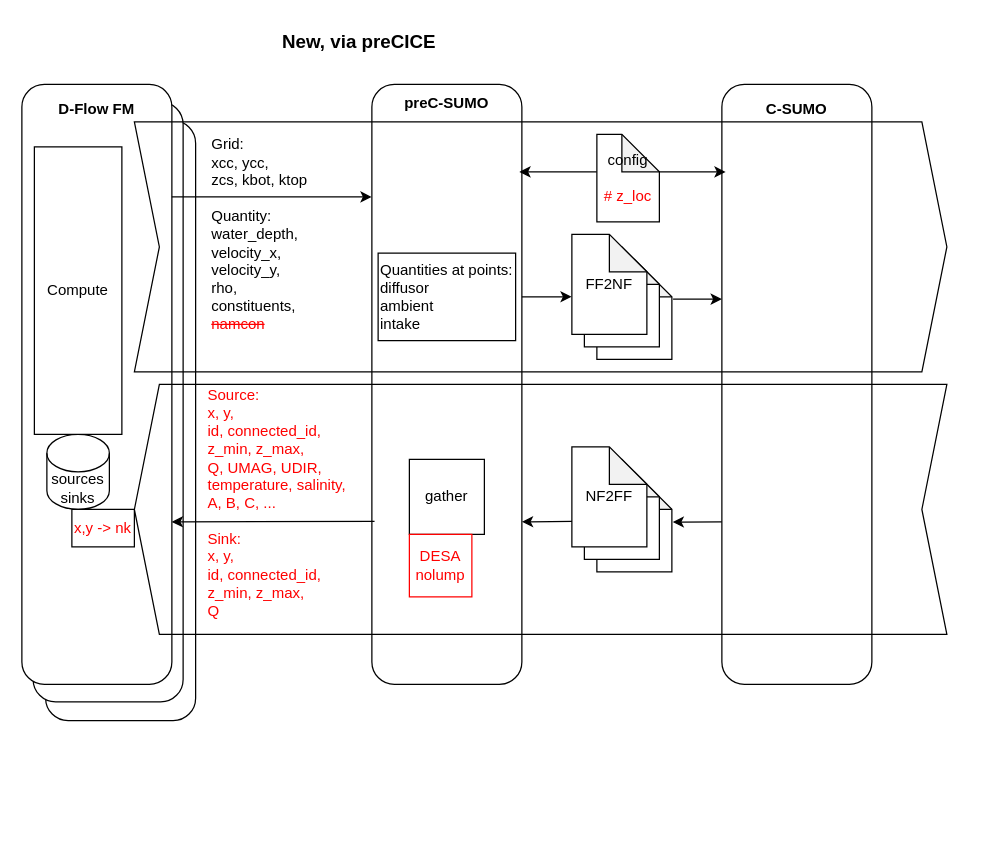
Deltares/Delft3D keeps this draw.io diagram as src/tools_gpl/pre_c_sumo/docs/include/FM-C-SUMO_scheme_new.drawio. Above is the earlier version. Source tidied: cells renumbered, new cells numbered last; positions are measured from the earlier drawing's top-left corner, leaving out a move shared by most shapes. Both pictures are drawn from the tidied source at 125%, with x=0, y=0 at pixel (21, 21).
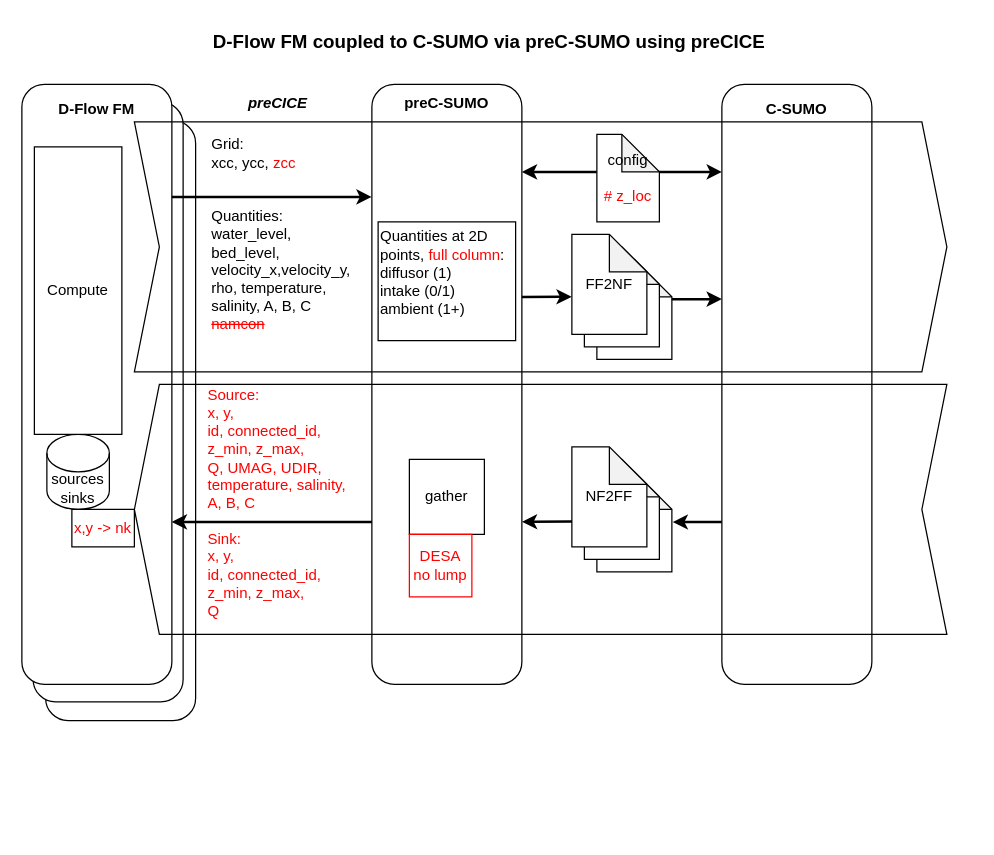
After the change.

The change refers to these unchanged cells:
```xml
<mxCell id="12" style="group;" parent="1" vertex="1">
  <mxGeometry x="280" y="50" width="480" height="490" as="geometry" />
</mxCell>
<mxCell id="15" style="shape=step;perimeter=stepPerimeter;whiteSpace=wrap;html=1;fixedSize=1;fillColor=none;" parent="12" vertex="1">
  <mxGeometry x="-190" y="30" width="650" height="200" as="geometry" />
</mxCell>
<mxCell id="19" style="shape=note;whiteSpace=wrap;html=1;backgroundOutline=1;darkOpacity=0.05;" parent="18" vertex="1">
  <mxGeometry x="20" y="20" width="60" height="80" as="geometry" />
</mxCell>
<mxCell id="21" value="FF2NF" style="shape=note;whiteSpace=wrap;html=1;backgroundOutline=1;darkOpacity=0.05;" parent="18" vertex="1">
  <mxGeometry width="60" height="80" as="geometry" />
</mxCell>
<mxCell id="24" style="shape=step;perimeter=stepPerimeter;whiteSpace=wrap;html=1;fixedSize=1;fillColor=none;rotation=-180;" parent="12" vertex="1">
  <mxGeometry x="-190" y="240" width="650" height="200" as="geometry" />
</mxCell>
<mxCell id="26" style="shape=note;whiteSpace=wrap;html=1;backgroundOutline=1;darkOpacity=0.05;" parent="25" vertex="1">
  <mxGeometry x="20" y="20" width="60" height="80" as="geometry" />
</mxCell>
<mxCell id="28" value="NF2FF" style="shape=note;whiteSpace=wrap;html=1;backgroundOutline=1;darkOpacity=0.05;" parent="25" vertex="1">
  <mxGeometry width="60" height="80" as="geometry" />
</mxCell>
```

Diff of the diagram source:
```diff
@@
-    <mxCell id="16" style="edgeStyle=orthogonalEdgeStyle;rounded=0;orthogonalLoop=1;jettySize=auto;html=1;exitX=0;exitY=0.5;exitDx=0;exitDy=0;exitPerimeter=0;" parent="12" edge="1">
+    <mxCell id="16" style="edgeStyle=orthogonalEdgeStyle;rounded=0;orthogonalLoop=1;jettySize=auto;html=1;exitX=0;exitY=0.5;exitDx=0;exitDy=0;exitPerimeter=0;strokeWidth=2;" parent="12" edge="1">
       <mxGeometry relative="1" as="geometry">
         <mxPoint x="180" y="70" as="sourcePoint" />
-        <mxPoint x="118" y="70" as="targetPoint" />
+        <mxPoint x="120" y="70" as="targetPoint" />
       </mxGeometry>
     </mxCell>
-    <mxCell id="17" style="edgeStyle=orthogonalEdgeStyle;rounded=0;orthogonalLoop=1;jettySize=auto;html=1;exitX=1;exitY=0.5;exitDx=0;exitDy=0;exitPerimeter=0;" parent="12" edge="1">
+    <mxCell id="17" style="edgeStyle=orthogonalEdgeStyle;rounded=0;orthogonalLoop=1;jettySize=auto;html=1;exitX=1;exitY=0.5;exitDx=0;exitDy=0;exitPerimeter=0;strokeWidth=2;" parent="12" edge="1">
       <mxGeometry relative="1" as="geometry">
         <mxPoint x="220" y="70" as="sourcePoint" />
-        <mxPoint x="283" y="70" as="targetPoint" />
+        <mxPoint x="280" y="70" as="targetPoint" />
       </mxGeometry>
     </mxCell>
@@
-    <mxCell id="22" style="endArrow=classic;html=1;rounded=0;exitX=1.016;exitY=0.398;exitDx=0;exitDy=0;exitPerimeter=0;entryX=0.723;entryY=0.709;entryDx=0;entryDy=0;entryPerimeter=0;" parent="12" edge="1" source="19" target="15">
+    <mxCell id="22" style="endArrow=classic;html=1;rounded=0;exitX=1;exitY=0.398;exitDx=0;exitDy=0;exitPerimeter=0;entryX=0.723;entryY=0.709;entryDx=0;entryDy=0;entryPerimeter=0;strokeWidth=2;" parent="12" edge="1" source="19" target="15">
       <mxGeometry relative="1" as="geometry" />
     </mxCell>
-    <mxCell id="23" value="&lt;span style=&quot;text-align: left;&quot;&gt;Quantities at points:&lt;/span&gt;&lt;div style=&quot;text-align: left;&quot;&gt;diffusor&lt;/div&gt;&lt;div style=&quot;text-align: left;&quot;&gt;ambient&lt;/div&gt;&lt;div style=&quot;text-align: left;&quot;&gt;intake&lt;/div&gt;" style="rounded=0;whiteSpace=wrap;html=1;" parent="12" vertex="1">
-      <mxGeometry x="5" y="135" width="110" height="70" as="geometry" />
+    <mxCell id="23" value="&lt;span style=&quot;&quot;&gt;Quantities at 2D&lt;/span&gt;&lt;div&gt;&lt;span style=&quot;&quot;&gt;points, &lt;font style=&quot;color: rgb(255, 0, 0);&quot;&gt;full column&lt;/font&gt;:&lt;/span&gt;&lt;div style=&quot;&quot;&gt;diffusor (1)&lt;/div&gt;&lt;div style=&quot;&quot;&gt;intake (0/1)&lt;/div&gt;&lt;div style=&quot;&quot;&gt;ambient (1+)&lt;/div&gt;&lt;div style=&quot;&quot;&gt;&lt;br&gt;&lt;/div&gt;&lt;/div&gt;" style="rounded=0;whiteSpace=wrap;html=1;align=left;" parent="12" vertex="1">
+      <mxGeometry x="5" y="110" width="110" height="95" as="geometry" />
     </mxCell>
@@
-    <mxCell id="29" style="endArrow=classic;html=1;rounded=0;exitX=0.277;exitY=0.45;exitDx=0;exitDy=0;exitPerimeter=0;entryX=1.011;entryY=0.502;entryDx=0;entryDy=0;entryPerimeter=0;" parent="12" edge="1" source="24" target="26">
+    <mxCell id="29" style="endArrow=classic;html=1;rounded=0;exitX=0.277;exitY=0.45;exitDx=0;exitDy=0;exitPerimeter=0;entryX=1.011;entryY=0.502;entryDx=0;entryDy=0;entryPerimeter=0;strokeWidth=2;" parent="12" edge="1" source="24" target="26">
       <mxGeometry relative="1" as="geometry" />
     </mxCell>
-    <mxCell id="30" style="endArrow=classic;html=1;rounded=0;entryX=0.523;entryY=0.45;entryDx=0;entryDy=0;entryPerimeter=0;exitX=0.002;exitY=0.746;exitDx=0;exitDy=0;exitPerimeter=0;" parent="12" edge="1" source="28" target="24">
+    <mxCell id="30" style="endArrow=classic;html=1;rounded=0;entryX=0.523;entryY=0.45;entryDx=0;entryDy=0;entryPerimeter=0;exitX=0.002;exitY=0.746;exitDx=0;exitDy=0;exitPerimeter=0;strokeWidth=2;" parent="12" edge="1" source="28" target="24">
       <mxGeometry relative="1" as="geometry" />
     </mxCell>
-    <mxCell id="31" style="endArrow=classic;html=1;rounded=0;exitX=0.046;exitY=0.3;exitDx=0;exitDy=0;exitPerimeter=0;entryX=0.292;entryY=0.3;entryDx=0;entryDy=0;entryPerimeter=0;" parent="12" edge="1" source="15" target="15">
+    <mxCell id="31" style="endArrow=classic;html=1;rounded=0;exitX=0.046;exitY=0.3;exitDx=0;exitDy=0;exitPerimeter=0;entryX=0.292;entryY=0.3;entryDx=0;entryDy=0;entryPerimeter=0;strokeWidth=2;" parent="12" edge="1" source="15" target="15">
       <mxGeometry relative="1" as="geometry" />
     </mxCell>
@@
-    <mxCell id="35" value="&lt;font style=&quot;color: rgb(255, 0, 0);&quot;&gt;DESA&lt;/font&gt;&lt;div&gt;&lt;font style=&quot;color: rgb(255, 0, 0);&quot;&gt;nolump&lt;/font&gt;&lt;/div&gt;" style="whiteSpace=wrap;html=1;strokeColor=#FF0000;" parent="12" vertex="1">
+    <mxCell id="35" value="&lt;font style=&quot;color: rgb(255, 0, 0);&quot;&gt;DESA&lt;/font&gt;&lt;div&gt;&lt;font style=&quot;color: rgb(255, 0, 0);&quot;&gt;no lump&lt;/font&gt;&lt;/div&gt;" style="whiteSpace=wrap;html=1;strokeColor=#FF0000;" parent="12" vertex="1">
       <mxGeometry x="30" y="360" width="50" height="50" as="geometry" />
     </mxCell>
-    <mxCell id="36" value="&lt;div&gt;&lt;font style=&quot;color: rgb(255, 0, 0);&quot;&gt;Source:&lt;/font&gt;&lt;/div&gt;&lt;div&gt;&lt;font style=&quot;color: rgb(255, 0, 0);&quot;&gt;x, y,&amp;nbsp;&lt;/font&gt;&lt;/div&gt;&lt;div&gt;&lt;font style=&quot;color: rgb(255, 0, 0);&quot;&gt;id, connected_id,&amp;nbsp;&lt;/font&gt;&lt;/div&gt;&lt;div&gt;&lt;span style=&quot;color: rgb(255, 0, 0); background-color: transparent;&quot;&gt;z_min, z_max,&amp;nbsp;&lt;/span&gt;&lt;/div&gt;&lt;div&gt;&lt;font style=&quot;color: rgb(255, 0, 0);&quot;&gt;Q, UMAG, UDIR,&amp;nbsp;&lt;/font&gt;&lt;/div&gt;&lt;div&gt;&lt;font style=&quot;color: rgb(255, 0, 0);&quot;&gt;temperature, salinity,&amp;nbsp;&lt;/font&gt;&lt;/div&gt;&lt;div&gt;&lt;font style=&quot;color: rgb(255, 0, 0);&quot;&gt;A, B, C, ...&lt;/font&gt;&lt;/div&gt;&lt;div&gt;&lt;font style=&quot;color: rgb(255, 0, 0);&quot;&gt;&lt;br&gt;&lt;/font&gt;&lt;/div&gt;&lt;div&gt;&lt;font style=&quot;color: rgb(255, 0, 0);&quot;&gt;Sink:&lt;/font&gt;&lt;/div&gt;&lt;div&gt;&lt;div&gt;&lt;font style=&quot;color: rgb(255, 0, 0);&quot;&gt;x, y,&amp;nbsp;&lt;/font&gt;&lt;/div&gt;&lt;div&gt;&lt;span style=&quot;color: rgb(255, 0, 0); background-color: transparent;&quot;&gt;&lt;span style=&quot;background-color: transparent;&quot;&gt;id, connected_id,&amp;nbsp;&lt;/span&gt;&lt;/span&gt;&lt;/div&gt;&lt;div&gt;&lt;span style=&quot;color: rgb(255, 0, 0); background-color: transparent;&quot;&gt;z_min, z_max,&amp;nbsp;&lt;/span&gt;&lt;/div&gt;&lt;div&gt;&lt;font style=&quot;color: rgb(255, 0, 0);&quot;&gt;Q&lt;/font&gt;&lt;/div&gt;&lt;/div&gt;" style="text;html=1;whiteSpace=wrap;strokeColor=none;fillColor=none;align=left;verticalAlign=middle;rounded=0;" parent="12" vertex="1">
+    <mxCell id="36" value="&lt;div&gt;&lt;font style=&quot;color: rgb(255, 0, 0);&quot;&gt;Source:&lt;/font&gt;&lt;/div&gt;&lt;div&gt;&lt;font style=&quot;color: rgb(255, 0, 0);&quot;&gt;x, y,&amp;nbsp;&lt;/font&gt;&lt;/div&gt;&lt;div&gt;&lt;font style=&quot;color: rgb(255, 0, 0);&quot;&gt;id, connected_id,&amp;nbsp;&lt;/font&gt;&lt;/div&gt;&lt;div&gt;&lt;span style=&quot;color: rgb(255, 0, 0); background-color: transparent;&quot;&gt;z_min, z_max,&amp;nbsp;&lt;/span&gt;&lt;/div&gt;&lt;div&gt;&lt;font style=&quot;color: rgb(255, 0, 0);&quot;&gt;Q, UMAG, UDIR,&amp;nbsp;&lt;/font&gt;&lt;/div&gt;&lt;div&gt;&lt;font style=&quot;color: rgb(255, 0, 0);&quot;&gt;temperature, salinity,&amp;nbsp;&lt;/font&gt;&lt;/div&gt;&lt;div&gt;&lt;font style=&quot;color: rgb(255, 0, 0);&quot;&gt;A, B, C&lt;/font&gt;&lt;/div&gt;&lt;div&gt;&lt;font style=&quot;color: rgb(255, 0, 0);&quot;&gt;&lt;br&gt;&lt;/font&gt;&lt;/div&gt;&lt;div&gt;&lt;font style=&quot;color: rgb(255, 0, 0);&quot;&gt;Sink:&lt;/font&gt;&lt;/div&gt;&lt;div&gt;&lt;div&gt;&lt;font style=&quot;color: rgb(255, 0, 0);&quot;&gt;x, y,&amp;nbsp;&lt;/font&gt;&lt;/div&gt;&lt;div&gt;&lt;span style=&quot;color: rgb(255, 0, 0); background-color: transparent;&quot;&gt;&lt;span style=&quot;background-color: transparent;&quot;&gt;id, connected_id,&amp;nbsp;&lt;/span&gt;&lt;/span&gt;&lt;/div&gt;&lt;div&gt;&lt;span style=&quot;color: rgb(255, 0, 0); background-color: transparent;&quot;&gt;z_min, z_max,&amp;nbsp;&lt;/span&gt;&lt;/div&gt;&lt;div&gt;&lt;font style=&quot;color: rgb(255, 0, 0);&quot;&gt;Q&lt;/font&gt;&lt;/div&gt;&lt;/div&gt;" style="text;html=1;whiteSpace=wrap;strokeColor=none;fillColor=none;align=left;verticalAlign=middle;rounded=0;" parent="12" vertex="1">
       <mxGeometry x="-133" y="240" width="133" height="190" as="geometry" />
     </mxCell>
-    <mxCell id="37" style="endArrow=classic;html=1;rounded=0;exitX=1.016;exitY=0.577;exitDx=0;exitDy=0;exitPerimeter=0;entryX=0.954;entryY=0.45;entryDx=0;entryDy=0;entryPerimeter=0;" parent="12" edge="1" source="36" target="24">
-      <mxGeometry relative="1" as="geometry" />
+    <mxCell id="37" style="endArrow=classic;html=1;rounded=0;entryX=0.954;entryY=0.45;entryDx=0;entryDy=0;entryPerimeter=0;strokeWidth=2;" parent="12" edge="1" target="24">
+      <mxGeometry relative="1" as="geometry">
+        <mxPoint y="350" as="sourcePoint" />
+      </mxGeometry>
     </mxCell>
-    <mxCell id="38" value="&lt;b&gt;&lt;font style=&quot;font-size: 15px;&quot;&gt;New, via preCICE&lt;/font&gt;&lt;/b&gt;" style="text;html=1;whiteSpace=wrap;strokeColor=none;fillColor=none;align=center;verticalAlign=middle;rounded=0;" parent="1" vertex="1">
-      <mxGeometry x="190" width="160" height="30" as="geometry" />
+    <mxCell id="38" value="&lt;b&gt;&lt;font style=&quot;font-size: 15px;&quot;&gt;D-Flow FM coupled to C-SUMO via preC-SUMO using preCICE&lt;/font&gt;&lt;/b&gt;" style="text;html=1;whiteSpace=wrap;strokeColor=none;fillColor=none;align=center;verticalAlign=middle;rounded=0;" parent="1" vertex="1">
+      <mxGeometry x="151" width="446" height="30" as="geometry" />
     </mxCell>
-    <mxCell id="39" style="endArrow=classic;html=1;rounded=0;entryX=-0.003;entryY=0.624;entryDx=0;entryDy=0;entryPerimeter=0;" parent="1" edge="1" target="21">
+    <mxCell id="39" style="endArrow=classic;html=1;rounded=0;entryX=-0.003;entryY=0.624;entryDx=0;entryDy=0;entryPerimeter=0;strokeWidth=2;" parent="1" edge="1" target="21">
       <mxGeometry relative="1" as="geometry">
         <mxPoint x="400" y="220" as="sourcePoint" />
       </mxGeometry>
     </mxCell>
-    <mxCell id="40" value="Grid:&lt;br&gt;xcc, ycc, &lt;br&gt;zcs, kbot, ktop&lt;div&gt;&lt;br&gt;&lt;/div&gt;&lt;div&gt;Quantity:&lt;br&gt;water_depth,&lt;/div&gt;&lt;div&gt;velocity_x,&lt;/div&gt;&lt;div&gt;velocity_y,&lt;/div&gt;&lt;div&gt;rho,&lt;/div&gt;&lt;div&gt;constituents,&lt;/div&gt;&lt;div&gt;&lt;font style=&quot;color: rgb(255, 0, 0);&quot;&gt;&lt;strike&gt;namcon&lt;/strike&gt;&lt;/font&gt;&lt;/div&gt;" style="text;html=1;whiteSpace=wrap;strokeColor=none;fillColor=none;align=left;verticalAlign=middle;rounded=0;" parent="1" vertex="1">
-      <mxGeometry x="150" y="90" width="100" height="160" as="geometry" />
+    <mxCell id="40" value="Grid:&lt;br&gt;xcc, ycc, &lt;font style=&quot;color: rgb(255, 0, 0);&quot;&gt;zcc&lt;/font&gt;&lt;br&gt;&lt;br&gt;&lt;div&gt;&lt;br&gt;&lt;/div&gt;&lt;div&gt;Quantities:&lt;br&gt;water_level,&lt;/div&gt;&lt;div&gt;bed_level,&lt;/div&gt;&lt;div&gt;velocity_x,&lt;span style=&quot;background-color: transparent; color: light-dark(rgb(0, 0, 0), rgb(255, 255, 255));&quot;&gt;velocity_y,&lt;/span&gt;&lt;/div&gt;&lt;div&gt;rho, temperature, salinity, A, B, C&lt;/div&gt;&lt;div&gt;&lt;font style=&quot;color: rgb(255, 0, 0);&quot;&gt;&lt;strike&gt;namcon&lt;/strike&gt;&lt;/font&gt;&lt;/div&gt;" style="text;html=1;whiteSpace=wrap;strokeColor=none;fillColor=none;align=left;verticalAlign=middle;rounded=0;" parent="1" vertex="1">
+      <mxGeometry x="150" y="90" width="130" height="160" as="geometry" />
     </mxCell>
+    <mxCell id="41" value="&lt;b&gt;&lt;i&gt;preCICE&lt;/i&gt;&lt;/b&gt;" style="text;html=1;whiteSpace=wrap;strokeColor=none;fillColor=none;align=center;verticalAlign=middle;rounded=0;" parent="1" vertex="1">
+      <mxGeometry x="160" y="50" width="90" height="30" as="geometry" />
+    </mxCell>
```
